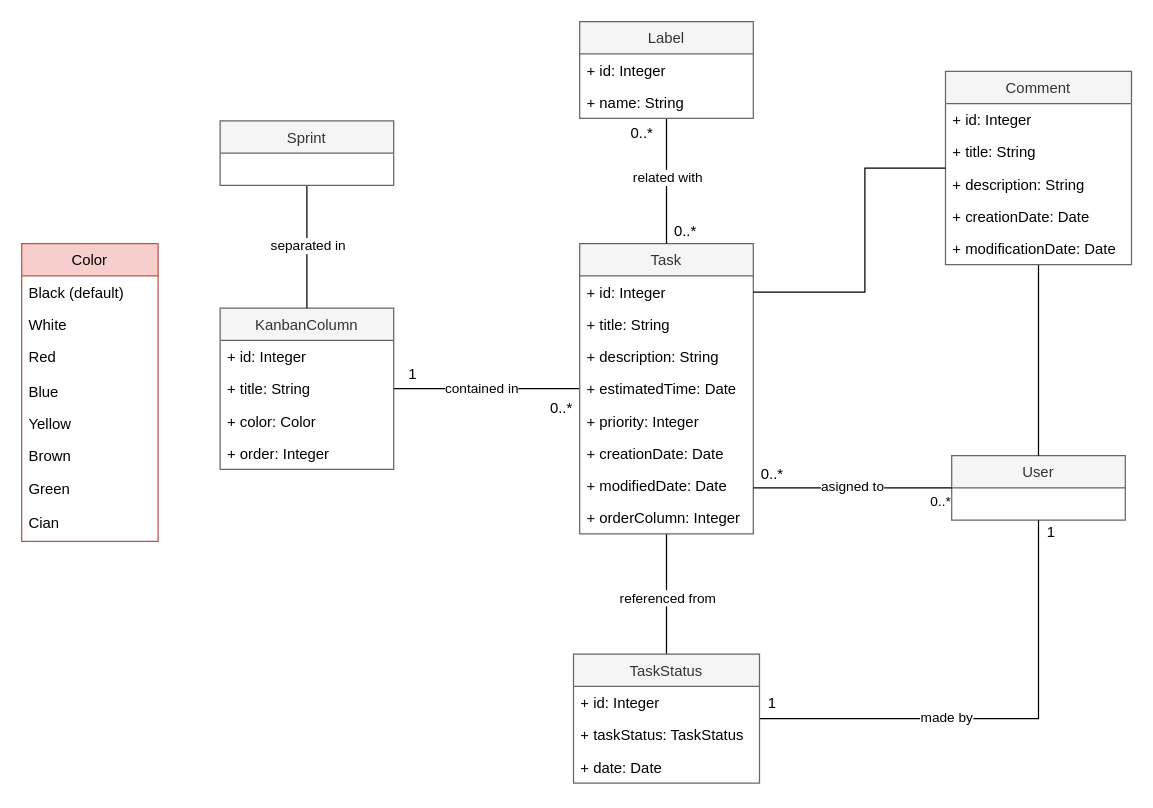
This is page "Task" (4 of 5) of documentation/iMan - UML.drawio from danaremar/iMan, a draw.io file, before an edit. Source tidied: cells renumbered, new cells numbered last; positions are measured from the earlier drawing's top-left corner, leaving out a move shared by most shapes. Both pictures are drawn from the tidied source at 124%, with x=0, y=0 at pixel (21, 21).
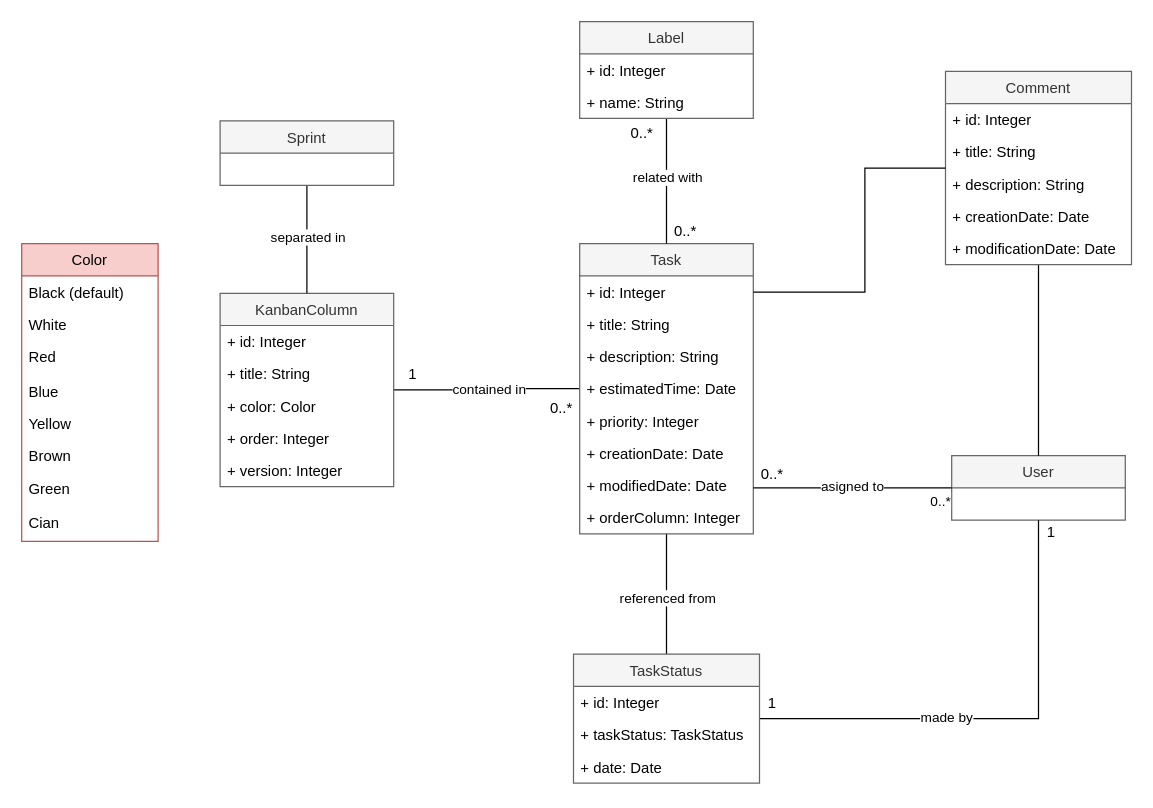
Above is the later version.

Unchanged cells that the change refers to:
```xml
<mxCell id="2" style="edgeStyle=orthogonalEdgeStyle;rounded=0;jettySize=auto;html=1;endArrow=none;endFill=0;" parent="1" edge="1" source="6" target="20">
  <mxGeometry relative="1" as="geometry" />
</mxCell>
```

The edit, as a diff of the source:
```diff
@@
     <mxCell id="3" value="contained in" style="edgeLabel;html=1;align=center;verticalAlign=middle;" parent="2" vertex="1">
       <mxGeometry x="-0.3" y="1" relative="1" as="geometry">
-        <mxPoint x="-27" y="-2" as="offset" />
+        <mxPoint x="-20.9" y="-1" as="offset" />
       </mxGeometry>
     </mxCell>
@@
     <mxCell id="20" value="KanbanColumn" style="swimlane;fontStyle=0;horizontal=1;startSize=26;fillColor=#f5f5f5;strokeColor=#666666;fontColor=#333333;" parent="1" vertex="1">
-      <mxGeometry x="160" y="231" width="140" height="130" as="geometry" />
+      <mxGeometry x="160" y="219" width="140" height="156" as="geometry" />
     </mxCell>
@@
+    <mxCell id="62" value="+ version: Integer" style="text;strokeColor=none;fillColor=none;align=left;verticalAlign=top;spacingLeft=4;spacingRight=4;overflow=hidden;" parent="20" vertex="1">
+      <mxGeometry y="130" width="140" height="26" as="geometry" />
+    </mxCell>
```
